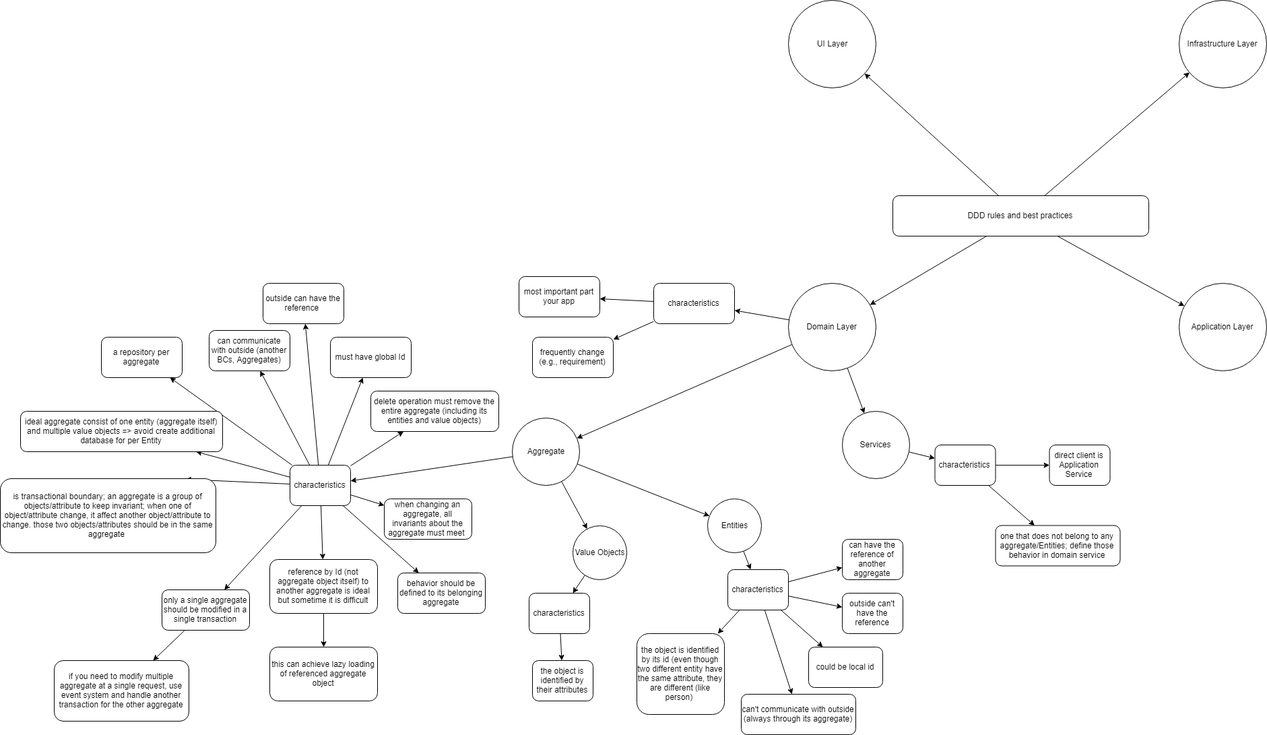
Above: DDD_Rules_Overview.PNG in stsiwo/ddd_concept (draw.io), before the change. Source tidied: cells renumbered, new cells last; positions are measured from the earlier drawing's top-left corner, leaving out a move shared by most shapes.
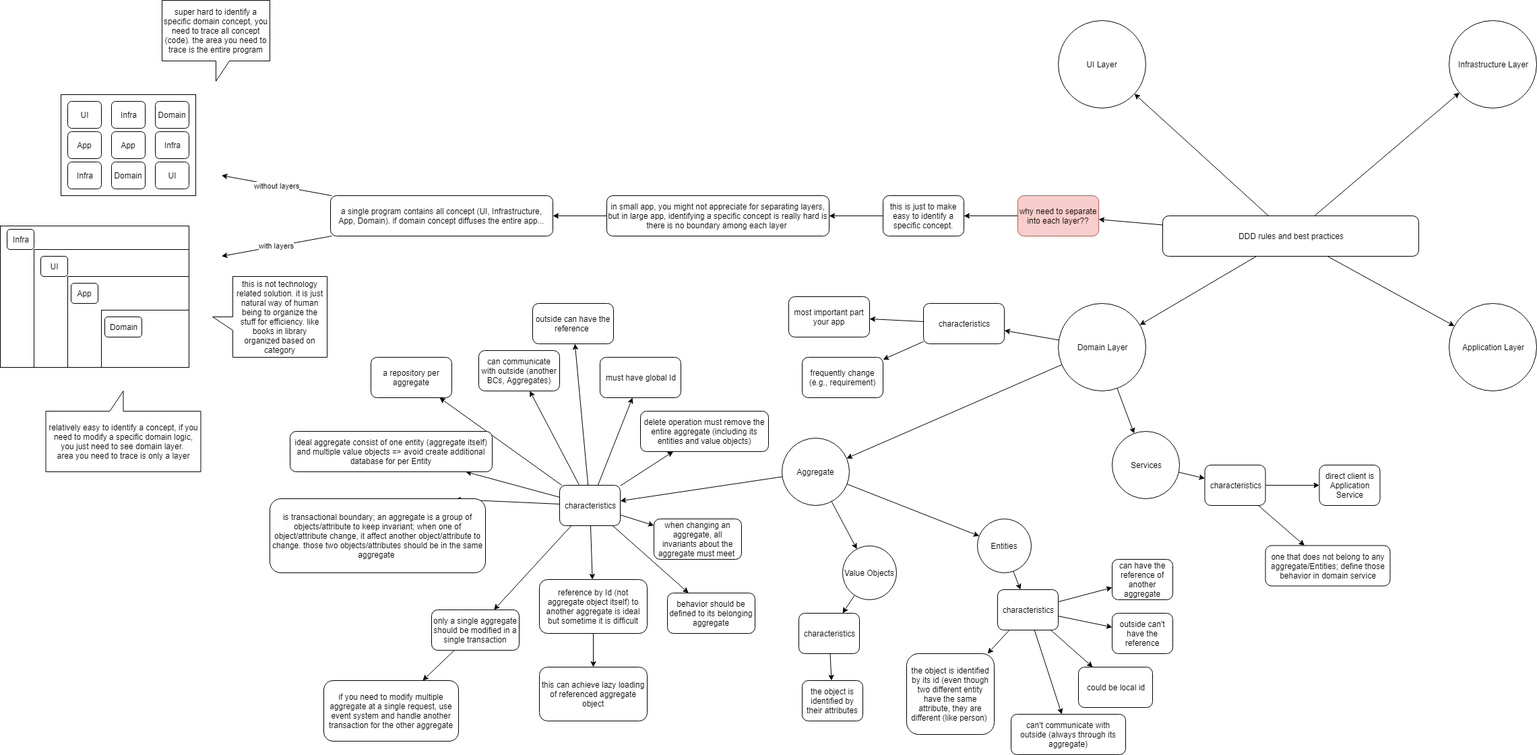
Above is the later version.

What changed in the source:
```diff
@@ -14,6 +14,9 @@
     <mxCell id="5" style="edgeStyle=none;rounded=0;jettySize=auto;html=1;" parent="1" edge="1" source="6" target="73">
       <mxGeometry relative="1" as="geometry" />
     </mxCell>
+    <mxCell id="75" style="rounded=0;jettySize=auto;html=1;" parent="1" edge="1" source="6" target="77">
+      <mxGeometry relative="1" as="geometry" />
+    </mxCell>
     <mxCell id="6" value="DDD rules and best practices" style="rounded=1;whiteSpace=wrap;html=1;" parent="1" vertex="1">
       <mxGeometry x="1325" y="290" width="380" height="60" as="geometry" />
     </mxCell>
@@ -221,5 +224,99 @@
     <mxCell id="74" value="Infrastructure Layer" style="ellipse;whiteSpace=wrap;html=1;" parent="1" vertex="1">
       <mxGeometry x="1750" width="130" height="130" as="geometry" />
     </mxCell>
+    <mxCell id="76" style="edgeStyle=none;rounded=0;jettySize=auto;html=1;" parent="1" edge="1" source="77" target="79">
+      <mxGeometry relative="1" as="geometry" />
+    </mxCell>
+    <mxCell id="77" value="why need to separate into each layer??" style="rounded=1;whiteSpace=wrap;html=1;fillColor=#f8cecc;strokeColor=#b85450;" parent="1" vertex="1">
+      <mxGeometry x="1110" y="260" width="120" height="60" as="geometry" />
+    </mxCell>
+    <mxCell id="78" style="edgeStyle=none;rounded=0;jettySize=auto;html=1;" parent="1" edge="1" source="79" target="81">
+      <mxGeometry relative="1" as="geometry" />
+    </mxCell>
+    <mxCell id="79" value="this is just to make easy to identify a specific concept." style="rounded=1;whiteSpace=wrap;html=1;" parent="1" vertex="1">
+      <mxGeometry x="910" y="260" width="120" height="60" as="geometry" />
+    </mxCell>
+    <mxCell id="80" style="edgeStyle=none;rounded=0;jettySize=auto;html=1;" parent="1" edge="1" source="81" target="84">
+      <mxGeometry relative="1" as="geometry" />
+    </mxCell>
+    <mxCell id="81" value="in small app, you might not appreciate for separating layers, but in large app, identifying a specific concept is really hard is there is no boundary among each layer&amp;nbsp;" style="rounded=1;whiteSpace=wrap;html=1;" parent="1" vertex="1">
+      <mxGeometry x="500" y="260" width="330" height="60" as="geometry" />
+    </mxCell>
+    <mxCell id="82" value="without layers" style="edgeStyle=none;rounded=0;jettySize=auto;html=1;" parent="1" edge="1" source="84">
+      <mxGeometry relative="1" as="geometry">
+        <mxPoint x="-71.7" y="230" as="targetPoint" />
+      </mxGeometry>
+    </mxCell>
+    <mxCell id="83" value="with layers" style="edgeStyle=none;rounded=0;jettySize=auto;html=1;" parent="1" edge="1" source="84">
+      <mxGeometry relative="1" as="geometry">
+        <mxPoint x="-71.7" y="350" as="targetPoint" />
+      </mxGeometry>
+    </mxCell>
+    <mxCell id="84" value="a single program contains all concept (UI, Infrastructure, App, Domain). if domain concept diffuses the entire app..." style="rounded=1;whiteSpace=wrap;html=1;" parent="1" vertex="1">
+      <mxGeometry x="90" y="260" width="330" height="60" as="geometry" />
+    </mxCell>
+    <mxCell id="85" style="rounded=0;whiteSpace=wrap;html=1;" parent="1" vertex="1">
+      <mxGeometry x="-310" y="110" width="200" height="150" as="geometry" />
+    </mxCell>
+    <mxCell id="86" value="UI" style="rounded=1;whiteSpace=wrap;html=1;" parent="1" vertex="1">
+      <mxGeometry x="-170" y="210" width="50" height="40" as="geometry" />
+    </mxCell>
+    <mxCell id="87" value="UI" style="rounded=1;whiteSpace=wrap;html=1;" parent="1" vertex="1">
+      <mxGeometry x="-300" y="120" width="50" height="40" as="geometry" />
+    </mxCell>
+    <mxCell id="88" value="App" style="rounded=1;whiteSpace=wrap;html=1;" parent="1" vertex="1">
+      <mxGeometry x="-235" y="165" width="50" height="40" as="geometry" />
+    </mxCell>
+    <mxCell id="89" value="Domain" style="rounded=1;whiteSpace=wrap;html=1;" parent="1" vertex="1">
+      <mxGeometry x="-235" y="210" width="50" height="40" as="geometry" />
+    </mxCell>
+    <mxCell id="90" value="Infra" style="rounded=1;whiteSpace=wrap;html=1;" parent="1" vertex="1">
+      <mxGeometry x="-300" y="210" width="50" height="40" as="geometry" />
+    </mxCell>
+    <mxCell id="91" value="Infra" style="rounded=1;whiteSpace=wrap;html=1;" parent="1" vertex="1">
+      <mxGeometry x="-235" y="120" width="50" height="40" as="geometry" />
+    </mxCell>
+    <mxCell id="92" value="Infra" style="rounded=1;whiteSpace=wrap;html=1;" parent="1" vertex="1">
+      <mxGeometry x="-170" y="165" width="50" height="40" as="geometry" />
+    </mxCell>
+    <mxCell id="93" value="App" style="rounded=1;whiteSpace=wrap;html=1;" parent="1" vertex="1">
+      <mxGeometry x="-300" y="165" width="50" height="40" as="geometry" />
+    </mxCell>
+    <mxCell id="94" value="Domain" style="rounded=1;whiteSpace=wrap;html=1;" parent="1" vertex="1">
+      <mxGeometry x="-170" y="120" width="50" height="40" as="geometry" />
+    </mxCell>
+    <mxCell id="95" value="super hard to identify a specific domain concept, you need to trace all concept (code). the area you need to trace is the entire program" style="shape=callout;whiteSpace=wrap;html=1;perimeter=calloutPerimeter;" parent="1" vertex="1">
+      <mxGeometry x="-160" y="-30" width="160" height="120" as="geometry" />
+    </mxCell>
+    <mxCell id="96" style="rounded=0;whiteSpace=wrap;html=1;fillColor=none;" parent="1" vertex="1">
+      <mxGeometry x="-400" y="305" width="280" height="210" as="geometry" />
+    </mxCell>
+    <mxCell id="97" value="Infra" style="rounded=1;whiteSpace=wrap;html=1;" parent="1" vertex="1">
+      <mxGeometry x="-390" y="310" width="40" height="30" as="geometry" />
+    </mxCell>
+    <mxCell id="98" style="rounded=0;whiteSpace=wrap;html=1;fillColor=none;" parent="1" vertex="1">
+      <mxGeometry x="-350" y="340" width="230" height="175" as="geometry" />
+    </mxCell>
+    <mxCell id="99" value="UI" style="rounded=1;whiteSpace=wrap;html=1;" parent="1" vertex="1">
+      <mxGeometry x="-340" y="350" width="40" height="30" as="geometry" />
+    </mxCell>
+    <mxCell id="100" style="rounded=0;whiteSpace=wrap;html=1;fillColor=none;" parent="1" vertex="1">
+      <mxGeometry x="-300" y="380" width="180" height="135" as="geometry" />
+    </mxCell>
+    <mxCell id="101" value="App" style="rounded=1;whiteSpace=wrap;html=1;" parent="1" vertex="1">
+      <mxGeometry x="-295" y="390" width="40" height="30" as="geometry" />
+    </mxCell>
+    <mxCell id="102" style="rounded=0;whiteSpace=wrap;html=1;fillColor=none;" parent="1" vertex="1">
+      <mxGeometry x="-250" y="430" width="130" height="85" as="geometry" />
+    </mxCell>
+    <mxCell id="103" value="Domain" style="rounded=1;whiteSpace=wrap;html=1;" parent="1" vertex="1">
+      <mxGeometry x="-245" y="440" width="55" height="30" as="geometry" />
+    </mxCell>
+    <mxCell id="104" value="relatively easy to identify a concept, if you need to modify a specific domain logic, you just need to see domain layer.&amp;nbsp;&lt;br&gt;area you need to trace is only a layer" style="shape=callout;whiteSpace=wrap;html=1;perimeter=calloutPerimeter;direction=west;" parent="1" vertex="1">
+      <mxGeometry x="-332.5" y="550" width="230" height="120" as="geometry" />
+    </mxCell>
+    <mxCell id="105" value="this is not technology related solution. it is just natural way of human being to organize the stuff for efficiency. like books in library organized based on category" style="shape=callout;whiteSpace=wrap;html=1;perimeter=calloutPerimeter;fillColor=none;direction=south;" parent="1" vertex="1">
+      <mxGeometry x="-85" y="380" width="170" height="120" as="geometry" />
+    </mxCell>
   </root>
 </mxGraphModel>
```
